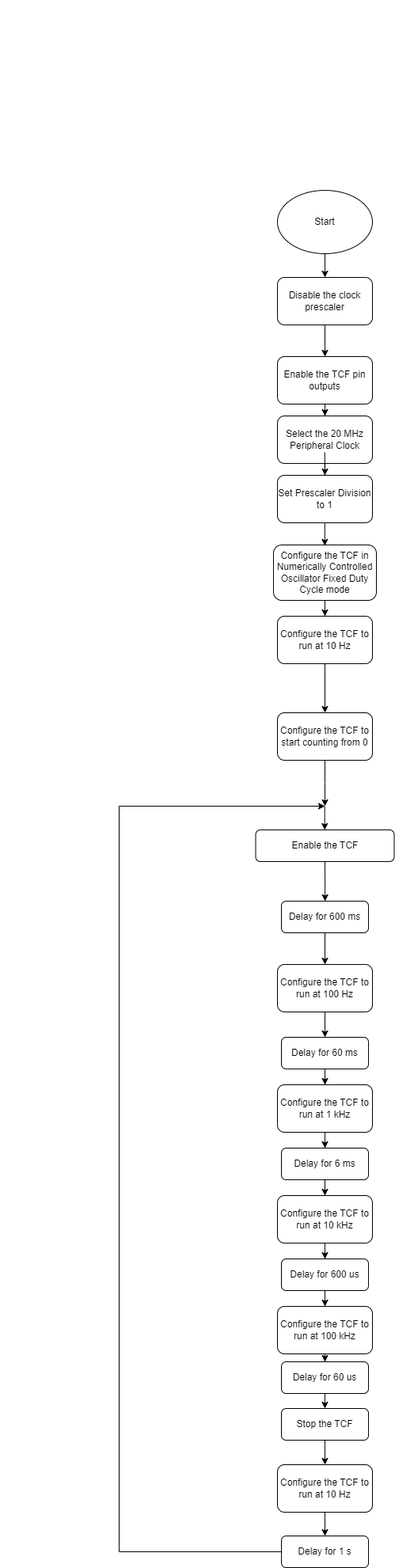
Above: images/ncoFixedDutyCycleFlowchart.png in microchip-pic-avr-examples/avr16eb32-getting-started-with-tcf-mplab-bare-metal (draw.io), before the change. Source tidied: cells renumbered, new cells last; positions are measured from the earlier drawing's top-left corner, leaving out a move shared by most shapes.
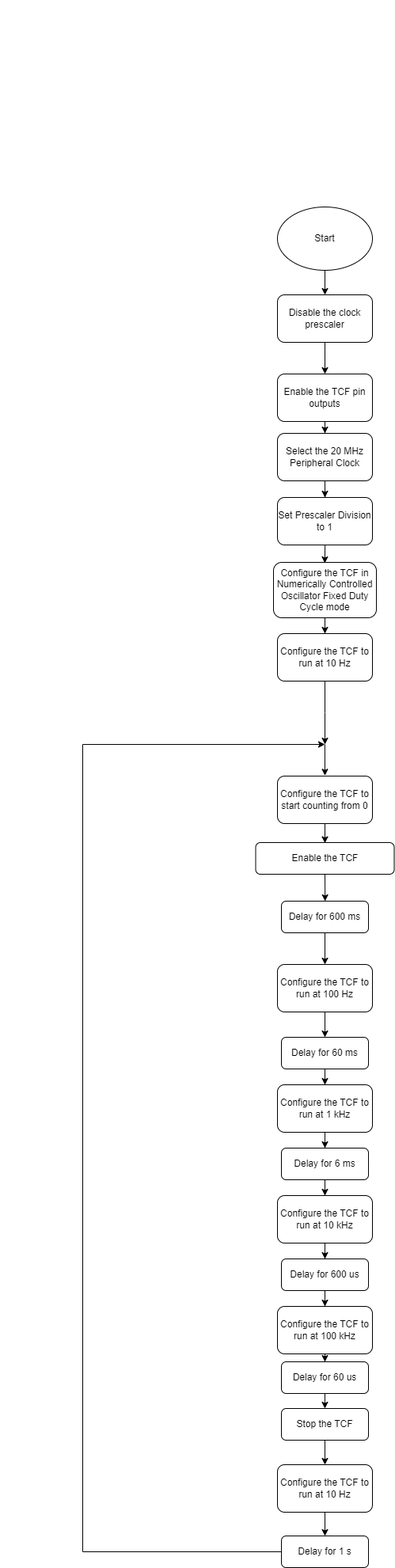
After the change.

What changed in the source:
```diff
@@ -2,26 +2,26 @@
   <root>
     <mxCell id="0" />
     <mxCell id="1" parent="0" />
-    <mxCell id="2" style="edgeStyle=orthogonalEdgeStyle;rounded=0;jettySize=auto;html=1;" parent="1" edge="1" source="3" target="5">
+    <mxCell id="2" style="edgeStyle=orthogonalEdgeStyle;rounded=0;jettySize=auto;html=1;entryX=0.5;entryY=0;entryDx=0;entryDy=0;" parent="1" edge="1" source="3" target="5">
       <mxGeometry relative="1" as="geometry" />
     </mxCell>
     <mxCell id="3" value="Start" style="ellipse;whiteSpace=wrap;html=1;" parent="1" vertex="1">
-      <mxGeometry x="350" y="240" width="120" height="80" as="geometry" />
+      <mxGeometry x="350" y="261" width="120" height="80" as="geometry" />
     </mxCell>
     <mxCell id="4" style="edgeStyle=orthogonalEdgeStyle;rounded=0;jettySize=auto;html=1;" parent="1" edge="1" source="5" target="7">
       <mxGeometry relative="1" as="geometry" />
     </mxCell>
     <mxCell id="5" value="Disable the clock prescaler" style="rounded=1;whiteSpace=wrap;html=1;" parent="1" vertex="1">
-      <mxGeometry x="350" y="350" width="120" height="60" as="geometry" />
+      <mxGeometry x="350" y="372" width="120" height="60" as="geometry" />
     </mxCell>
     <mxCell id="6" style="edgeStyle=orthogonalEdgeStyle;rounded=0;jettySize=auto;html=1;" parent="1" edge="1" source="7" target="12">
       <mxGeometry relative="1" as="geometry" />
     </mxCell>
     <mxCell id="7" value="Enable the TCF pin outputs" style="rounded=1;whiteSpace=wrap;html=1;" parent="1" vertex="1">
-      <mxGeometry x="350" y="450" width="120" height="60" as="geometry" />
+      <mxGeometry x="350" y="472" width="120" height="60" as="geometry" />
     </mxCell>
     <mxCell id="8" value="Enable the TCF" style="rounded=1;whiteSpace=wrap;html=1;" parent="1" vertex="1">
-      <mxGeometry x="322.5" y="1048" width="175" height="40" as="geometry" />
+      <mxGeometry x="322.5" y="1064" width="175" height="40" as="geometry" />
     </mxCell>
     <mxCell id="9" style="edgeStyle=orthogonalEdgeStyle;rounded=0;jettySize=auto;html=1;" parent="1" edge="1" source="10" target="21">
       <mxGeometry relative="1" as="geometry" />
@@ -33,27 +33,27 @@
       <mxGeometry relative="1" as="geometry" />
     </mxCell>
     <mxCell id="12" value="Select the 20 MHz Peripheral Clock" style="rounded=1;whiteSpace=wrap;html=1;" parent="1" vertex="1">
-      <mxGeometry x="350" y="525" width="120" height="60" as="geometry" />
+      <mxGeometry x="350" y="547" width="120" height="60" as="geometry" />
     </mxCell>
     <mxCell id="13" style="edgeStyle=orthogonalEdgeStyle;rounded=0;jettySize=auto;html=1;" parent="1" edge="1" source="14" target="16">
       <mxGeometry relative="1" as="geometry" />
     </mxCell>
     <mxCell id="14" value="Configure the TCF in Numerically Controlled Oscillator Fixed Duty Cycle mode" style="rounded=1;whiteSpace=wrap;html=1;" parent="1" vertex="1">
-      <mxGeometry x="345" y="688" width="130" height="70" as="geometry" />
+      <mxGeometry x="345" y="710" width="130" height="70" as="geometry" />
     </mxCell>
-    <mxCell id="15" style="edgeStyle=orthogonalEdgeStyle;rounded=0;jettySize=auto;html=1;" parent="1" edge="1" source="16" target="18">
-      <mxGeometry relative="1" as="geometry" />
-    </mxCell>
+    <mxCell id="46" style="edgeStyle=orthogonalEdgeStyle;rounded=0;jettySize=auto;html=1;" parent="1" edge="1" source="16">
+      <mxGeometry relative="1" as="geometry">
+        <mxPoint x="410" y="940" as="targetPoint" />
+      </mxGeometry>
+    </mxCell>
     <mxCell id="16" value="Configure the TCF to run at 10 Hz" style="rounded=1;whiteSpace=wrap;html=1;" parent="1" vertex="1">
-      <mxGeometry x="350" y="778" width="120" height="60" as="geometry" />
+      <mxGeometry x="350" y="800" width="120" height="60" as="geometry" />
     </mxCell>
-    <mxCell id="17" style="edgeStyle=orthogonalEdgeStyle;rounded=0;jettySize=auto;html=1;" parent="1" edge="1" source="18">
-      <mxGeometry relative="1" as="geometry">
-        <mxPoint x="410" y="1018" as="targetPoint" />
-      </mxGeometry>
-    </mxCell>
+    <mxCell id="47" style="edgeStyle=orthogonalEdgeStyle;rounded=0;jettySize=auto;html=1;entryX=0.5;entryY=0.017;entryDx=0;entryDy=0;entryPerimeter=0;" parent="1" edge="1" source="18" target="8">
+      <mxGeometry relative="1" as="geometry" />
+    </mxCell>
     <mxCell id="18" value="Configure the TCF to start counting from 0" style="rounded=1;whiteSpace=wrap;html=1;" parent="1" vertex="1">
-      <mxGeometry x="350" y="900" width="120" height="60" as="geometry" />
+      <mxGeometry x="350" y="980" width="120" height="60" as="geometry" />
     </mxCell>
     <mxCell id="19" style="ellipse;whiteSpace=wrap;html=1;" parent="1" vertex="1">
       <mxGeometry as="geometry" />
@@ -83,32 +83,26 @@
     <mxCell id="26" value="Configure the TCF to run at 10 Hz" style="rounded=1;whiteSpace=wrap;html=1;" parent="1" vertex="1">
       <mxGeometry x="350" y="1850" width="120" height="60" as="geometry" />
     </mxCell>
-    <mxCell id="27" style="edgeStyle=orthogonalEdgeStyle;rounded=0;jettySize=auto;html=1;exitX=0;exitY=0.5;exitDx=0;exitDy=0;" parent="1" edge="1" source="28">
+    <mxCell id="27" style="edgeStyle=orthogonalEdgeStyle;rounded=0;jettySize=auto;html=1;" parent="1" edge="1" source="28">
       <mxGeometry relative="1" as="geometry">
-        <mxPoint x="410" y="1018" as="targetPoint" />
+        <mxPoint x="410" y="940" as="targetPoint" />
         <Array as="points">
-          <mxPoint x="150" y="1960" />
-          <mxPoint x="150" y="1018" />
+          <mxPoint x="104" y="1960" />
+          <mxPoint x="104" y="940" />
         </Array>
       </mxGeometry>
     </mxCell>
     <mxCell id="28" value="Delay for 1 s" style="rounded=1;whiteSpace=wrap;html=1;" parent="1" vertex="1">
       <mxGeometry x="355" y="1940" width="110" height="40" as="geometry" />
     </mxCell>
-    <mxCell id="29" style="endArrow=classic;html=1;rounded=0;" parent="1" edge="1">
-      <mxGeometry relative="1" as="geometry">
-        <mxPoint x="409.7" y="1018" as="sourcePoint" />
-        <mxPoint x="409.7" y="1048" as="targetPoint" />
-      </mxGeometry>
-    </mxCell>
     <mxCell id="30" style="edgeStyle=orthogonalEdgeStyle;rounded=0;orthogonalLoop=1;jettySize=auto;html=1;" parent="1" edge="1">
       <mxGeometry relative="1" as="geometry">
-        <mxPoint x="409.8" y="571" as="sourcePoint" />
-        <mxPoint x="409.8" y="689" as="targetPoint" />
+        <mxPoint x="410" y="612" as="sourcePoint" />
+        <mxPoint x="409.8" y="711" as="targetPoint" />
       </mxGeometry>
     </mxCell>
     <mxCell id="31" value="Set Prescaler Division to 1" style="rounded=1;whiteSpace=wrap;html=1;" parent="1" vertex="1">
-      <mxGeometry x="350" y="600" width="120" height="60" as="geometry" />
+      <mxGeometry x="350" y="628" width="120" height="60" as="geometry" />
     </mxCell>
     <mxCell id="32" style="edgeStyle=orthogonalEdgeStyle;rounded=0;jettySize=auto;html=1;" parent="1" edge="1" source="33" target="35">
       <mxGeometry relative="1" as="geometry" />
@@ -155,5 +149,10 @@
     <mxCell id="45" value="Delay for 60 us" style="rounded=1;whiteSpace=wrap;html=1;" parent="1" vertex="1">
       <mxGeometry x="355" y="1720" width="110" height="40" as="geometry" />
     </mxCell>
+    <mxCell id="48" style="edgeStyle=orthogonalEdgeStyle;rounded=0;jettySize=auto;html=1;entryX=0.5;entryY=-0.011;entryDx=0;entryDy=0;entryPerimeter=0;" parent="1" edge="1" target="18">
+      <mxGeometry relative="1" as="geometry">
+        <mxPoint x="409.9" y="940" as="sourcePoint" />
+      </mxGeometry>
+    </mxCell>
   </root>
 </mxGraphModel>
```
